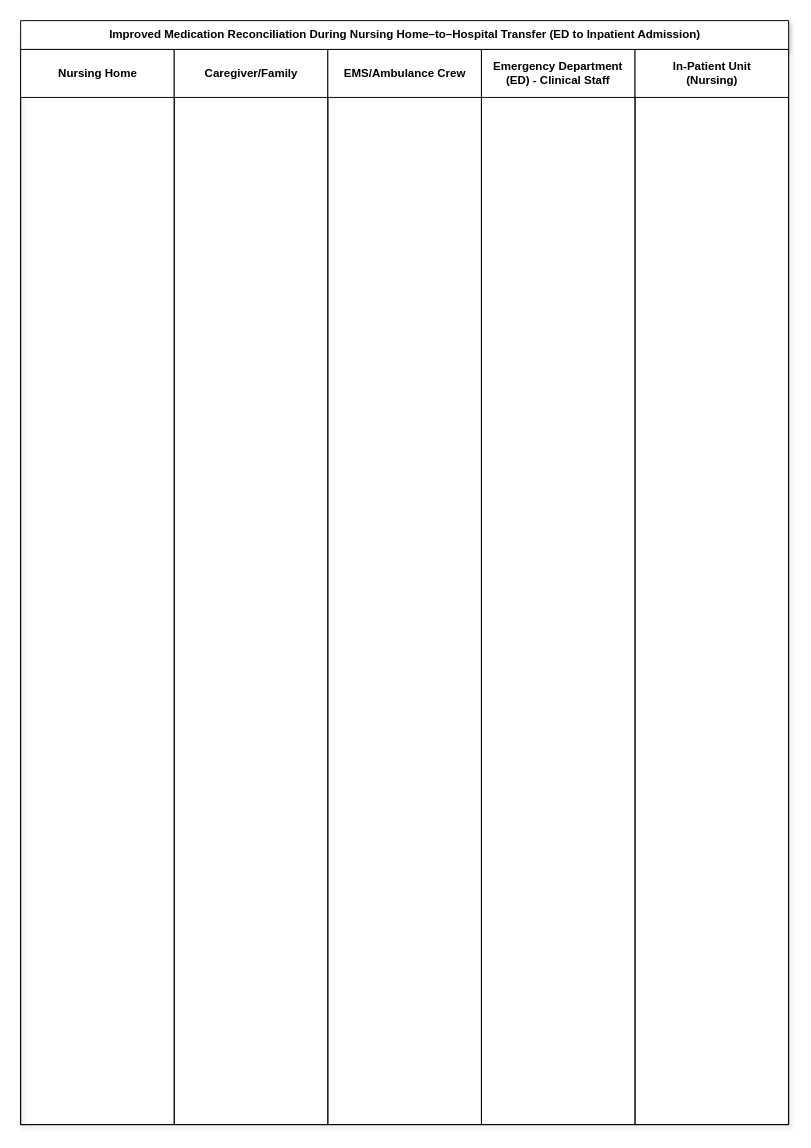
Earlier version of the draw.io diagram Improved Process Chart.drawio (melmirasol/Case-Problem-6.2). Source tidied: cells renumbered, new cells numbered last; positions are measured from the earlier drawing's top-left corner, leaving out a move shared by most shapes. Both pictures are drawn from the tidied source at 96%, with x=0, y=0 at pixel (20, 20).
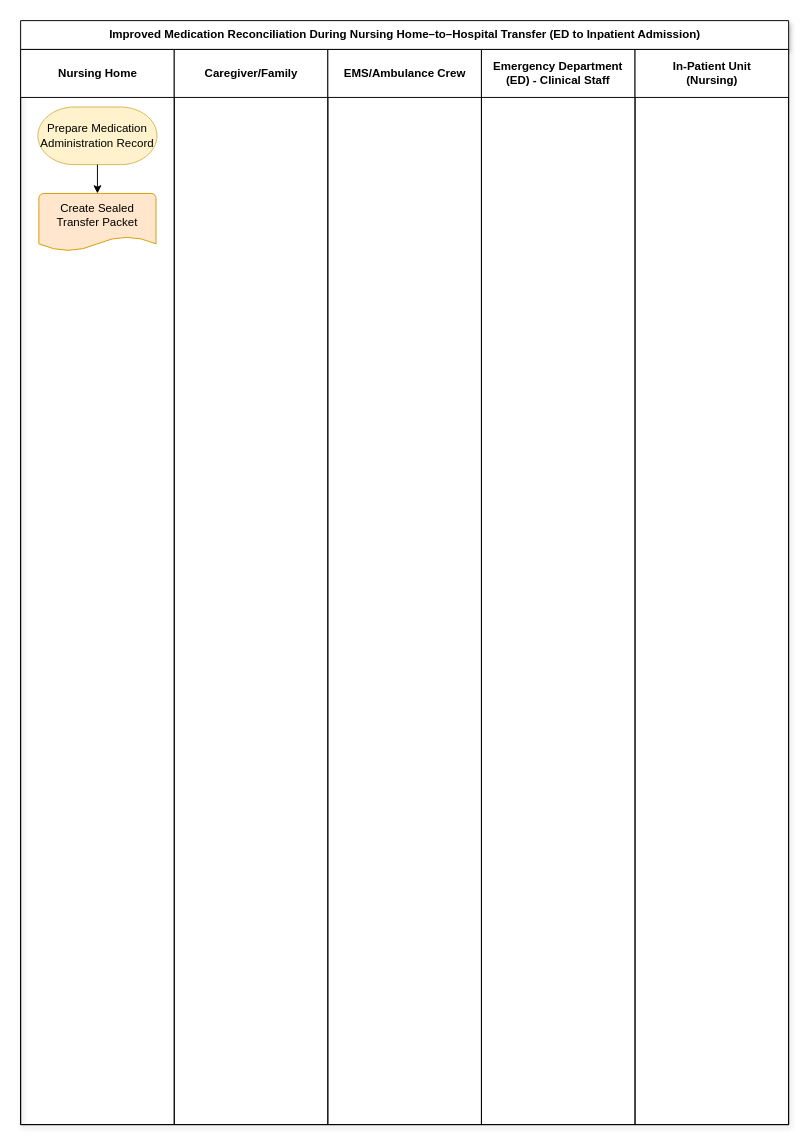
After the change.

What changed in the source:
```diff
@@
 <mxGraphModel>
   <root>
     <mxCell id="0" />
     <mxCell id="1" parent="0" />
     <mxCell id="2" value="Improved Medication Reconciliation During Nursing Home–to–Hospital Transfer (ED to Inpatient Admission)" style="swimlane;startSize=30;html=1;shadow=1;" parent="1" vertex="1">
       <mxGeometry width="800" height="1150" as="geometry" />
     </mxCell>
     <mxCell id="3" value="Nursing Home" style="swimlane;startSize=50;html=1;" parent="2" vertex="1">
       <mxGeometry y="30" width="160" height="1120" as="geometry" />
     </mxCell>
+    <mxCell id="8" value="Prepare&amp;nbsp;&lt;span style=&quot;background-color: transparent; color: light-dark(rgb(0, 0, 0), rgb(255, 255, 255));&quot;&gt;Medication Administration&amp;nbsp;&lt;/span&gt;&lt;span style=&quot;background-color: transparent; color: light-dark(rgb(0, 0, 0), rgb(255, 255, 255));&quot;&gt;Record&lt;/span&gt;" style="strokeWidth=1;html=1;shape=mxgraph.flowchart.terminator;whiteSpace=wrap;fillColor=#fff2cc;strokeColor=#d6b656;" parent="3" vertex="1">
+      <mxGeometry x="18" y="60" width="124" height="60" as="geometry" />
+    </mxCell>
+    <mxCell id="9" value="Create Sealed Transfer Packet&lt;div&gt;&lt;br&gt;&lt;/div&gt;" style="strokeWidth=1;html=1;shape=mxgraph.flowchart.document2;whiteSpace=wrap;size=0.25;fillColor=#ffe6cc;strokeColor=#d79b00;" parent="3" vertex="1">
+      <mxGeometry x="19" y="150" width="122" height="60" as="geometry" />
+    </mxCell>
+    <mxCell id="10" style="edgeStyle=orthogonalEdgeStyle;rounded=0;jettySize=auto;html=1;exitX=0.5;exitY=1;exitDx=0;exitDy=0;exitPerimeter=0;entryX=0.5;entryY=0;entryDx=0;entryDy=0;entryPerimeter=0;" parent="3" edge="1" source="8" target="9">
+      <mxGeometry relative="1" as="geometry" />
+    </mxCell>
     <mxCell id="4" value="Caregiver/Family" style="swimlane;startSize=50;html=1;" parent="2" vertex="1">
       <mxGeometry x="160" y="30" width="160" height="1120" as="geometry" />
     </mxCell>
     <mxCell id="5" value="EMS/Ambulance Crew" style="swimlane;startSize=50;html=1;" parent="2" vertex="1">
       <mxGeometry x="320" y="30" width="160" height="1120" as="geometry" />
     </mxCell>
     <mxCell id="6" value="Emergency Department (ED) -&amp;nbsp;&lt;span style=&quot;background-color: transparent; color: light-dark(rgb(0, 0, 0), rgb(255, 255, 255));&quot;&gt;Clinical&amp;nbsp;Staff&lt;/span&gt;" style="swimlane;startSize=50;html=1;whiteSpace=wrap;" parent="2" vertex="1">
       <mxGeometry x="480" y="30" width="160" height="1120" as="geometry" />
     </mxCell>
     <mxCell id="7" value="In-Patient Unit&lt;div&gt;(Nursing)&lt;/div&gt;" style="swimlane;startSize=50;html=1;" parent="2" vertex="1">
       <mxGeometry x="640" y="30" width="160" height="1120" as="geometry" />
     </mxCell>
   </root>
 </mxGraphModel>
```
